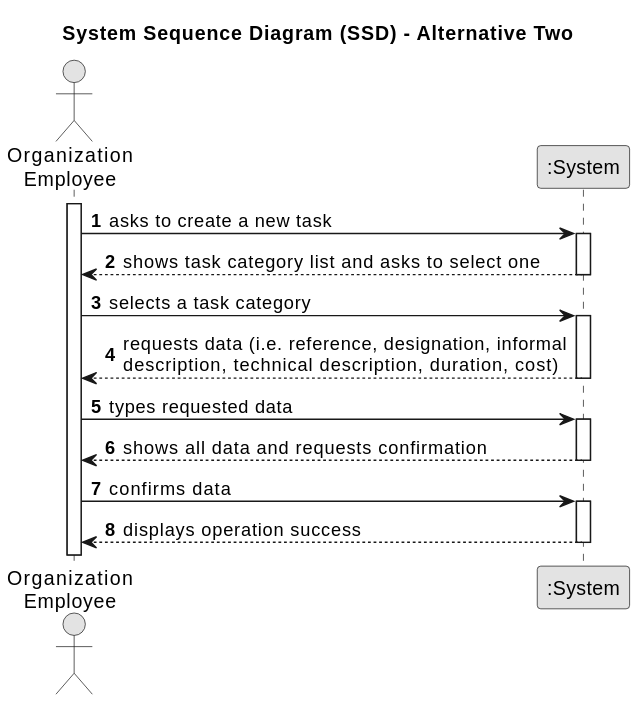
The PlantUML diagram docs/sprintA&B&C/us026/01.requirements-engineering/svg/us026-system-sequence-diagram-alternative-two.svg in daniel41silva05/ISEP_2023_2024_LAPR2, before a commit.
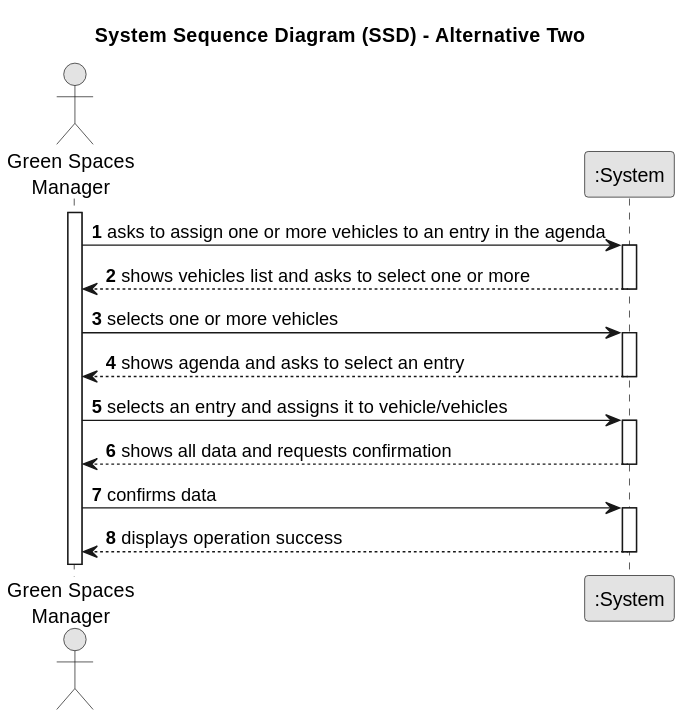
The same diagram one commit later.

Commit message:
US26 - SSD, Acceptance Criteria, Dependencies and Data #12

The edit, as a diff of the source:
```diff
@@ -7,32 +7,32 @@
 
 autonumber
 
-actor "Organization\nEmployee" as Employee
+actor "Green Spaces\nManager" as GSM
 participant ":System" as System
 
-activate Employee
+activate GSM
 
-    Employee -> System : asks to create a new task
+    GSM -> System : asks to assign one or more vehicles to an entry in the agenda
     activate System
 
-        System --> Employee : shows task category list and asks to select one
+        System --> GSM : shows vehicles list and asks to select one or more
     deactivate System
 
-    Employee -> System : selects a task category
+    GSM -> System : selects one or more vehicles
     activate System
 
-        System --> Employee : requests data (i.e. reference, designation, informal\ndescription, technical description, duration, cost)
+        System --> GSM : shows agenda and asks to select an entry
     deactivate System
 
-    Employee -> System : types requested data
+    GSM -> System : selects an entry and assigns it to vehicle/vehicles
     activate System
 
-        System --> Employee : shows all data and requests confirmation
+        System --> GSM : shows all data and requests confirmation
     deactivate System
 
-    Employee -> System : confirms data
+    GSM -> System : confirms data
     activate System
 
-        System --> Employee : displays operation success
+        System --> GSM : displays operation success
     deactivate System
 @enduml
```
